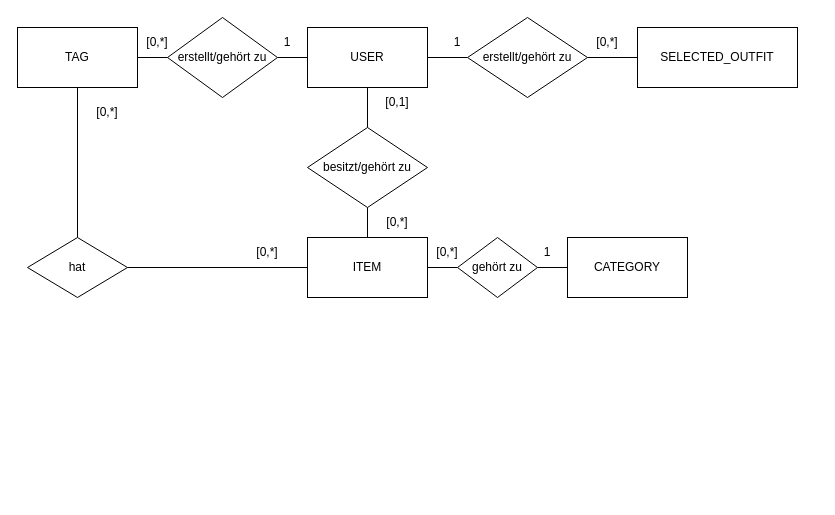
Earlier version of the draw.io diagram ARTEFACTS/sprint4/db-entwurf/db-erm.drawio (itproject-onion/onion). Source tidied: cells renumbered, new cells numbered last; positions are measured from the earlier drawing's top-left corner, leaving out a move shared by most shapes. Both pictures are drawn from the tidied source at 100%, with x=0, y=0 at pixel (17, 17).
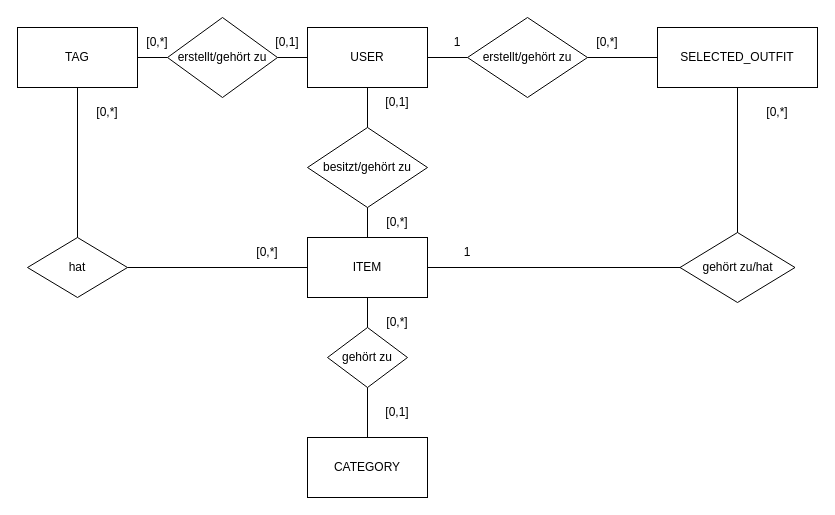
The same page after the edit.

Unchanged cells that the change refers to:
```xml
<mxCell id="3" value="ITEM" style="rounded=0;whiteSpace=wrap;html=1;" parent="1" vertex="1">
  <mxGeometry x="290" y="220" width="120" height="60" as="geometry" />
</mxCell>
```

What changed in the source:
```diff
@@
+    <mxCell id="32" style="edgeStyle=orthogonalEdgeStyle;rounded=0;jettySize=auto;html=1;exitX=1;exitY=0.5;exitDx=0;exitDy=0;entryX=0;entryY=0.5;entryDx=0;entryDy=0;endArrow=none;endFill=0;" parent="1" edge="1" source="3" target="34">
+      <mxGeometry relative="1" as="geometry" />
+    </mxCell>
@@
     <mxCell id="4" value="CATEGORY" style="rounded=0;whiteSpace=wrap;html=1;" parent="1" vertex="1">
-      <mxGeometry x="550" y="220" width="120" height="60" as="geometry" />
+      <mxGeometry x="290" y="420" width="120" height="60" as="geometry" />
     </mxCell>
@@
+    <mxCell id="33" style="edgeStyle=orthogonalEdgeStyle;rounded=0;jettySize=auto;html=1;exitX=0.5;exitY=1;exitDx=0;exitDy=0;entryX=1;entryY=0.5;entryDx=0;entryDy=0;endArrow=none;endFill=0;" parent="1" edge="1" source="6" target="34">
+      <mxGeometry relative="1" as="geometry">
+        <Array as="points">
+          <mxPoint x="720" y="250" />
+          <mxPoint x="670" y="250" />
+        </Array>
+      </mxGeometry>
+    </mxCell>
     <mxCell id="6" value="SELECTED_OUTFIT" style="rounded=0;whiteSpace=wrap;html=1;" parent="1" vertex="1">
-      <mxGeometry x="620" y="10" width="160" height="60" as="geometry" />
+      <mxGeometry x="640" y="10" width="160" height="60" as="geometry" />
     </mxCell>
@@
     <mxCell id="8" value="gehört zu" style="rhombus;whiteSpace=wrap;html=1;" parent="1" vertex="1">
-      <mxGeometry x="440" y="220" width="80" height="60" as="geometry" />
+      <mxGeometry x="310" y="310" width="80" height="60" as="geometry" />
     </mxCell>
@@
-    <mxCell id="23" value="1" style="text;html=1;whiteSpace=wrap;strokeColor=none;fillColor=none;align=center;verticalAlign=middle;rounded=0;" parent="1" vertex="1">
+    <mxCell id="23" value="[0,1]" style="text;html=1;whiteSpace=wrap;strokeColor=none;fillColor=none;align=center;verticalAlign=middle;rounded=0;" parent="1" vertex="1">
       <mxGeometry x="240" y="10" width="60" height="30" as="geometry" />
     </mxCell>
@@
     <mxCell id="30" value="[0,*]" style="text;html=1;whiteSpace=wrap;strokeColor=none;fillColor=none;align=center;verticalAlign=middle;rounded=0;" parent="1" vertex="1">
-      <mxGeometry x="400" y="220" width="60" height="30" as="geometry" />
+      <mxGeometry x="350" y="290" width="60" height="30" as="geometry" />
     </mxCell>
-    <mxCell id="31" value="1" style="text;html=1;whiteSpace=wrap;strokeColor=none;fillColor=none;align=center;verticalAlign=middle;rounded=0;" parent="1" vertex="1">
-      <mxGeometry x="500" y="220" width="60" height="30" as="geometry" />
+    <mxCell id="31" value="[0,1]" style="text;html=1;whiteSpace=wrap;strokeColor=none;fillColor=none;align=center;verticalAlign=middle;rounded=0;" parent="1" vertex="1">
+      <mxGeometry x="350" y="380" width="60" height="30" as="geometry" />
     </mxCell>
+    <mxCell id="34" value="gehört zu/hat" style="rhombus;whiteSpace=wrap;html=1;" parent="1" vertex="1">
+      <mxGeometry x="662.5" y="215" width="115" height="70" as="geometry" />
+    </mxCell>
+    <mxCell id="35" value="[0,*]" style="text;html=1;whiteSpace=wrap;strokeColor=none;fillColor=none;align=center;verticalAlign=middle;rounded=0;" parent="1" vertex="1">
+      <mxGeometry x="730" y="80" width="60" height="30" as="geometry" />
+    </mxCell>
+    <mxCell id="36" value="1" style="text;html=1;whiteSpace=wrap;strokeColor=none;fillColor=none;align=center;verticalAlign=middle;rounded=0;" parent="1" vertex="1">
+      <mxGeometry x="420" y="220" width="60" height="30" as="geometry" />
+    </mxCell>
```
